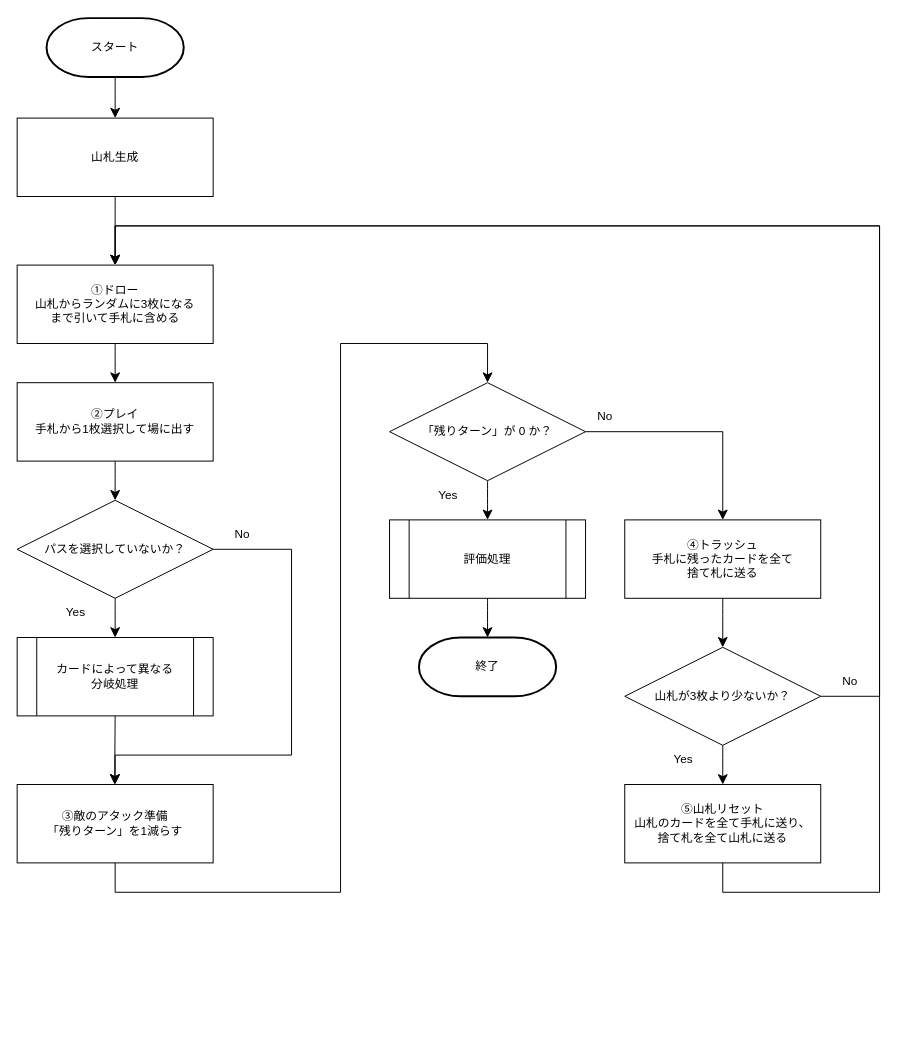
Above: CardGameStructure/flow_chart.drawio in ehime-iyokan/DrawIO (draw.io), before the change. Source tidied: cells renumbered, new cells numbered last; positions are measured from the earlier drawing's top-left corner, leaving out a move shared by most shapes. Both pictures are drawn from the tidied source at 98%, with x=0, y=0 at pixel (-42, 18).
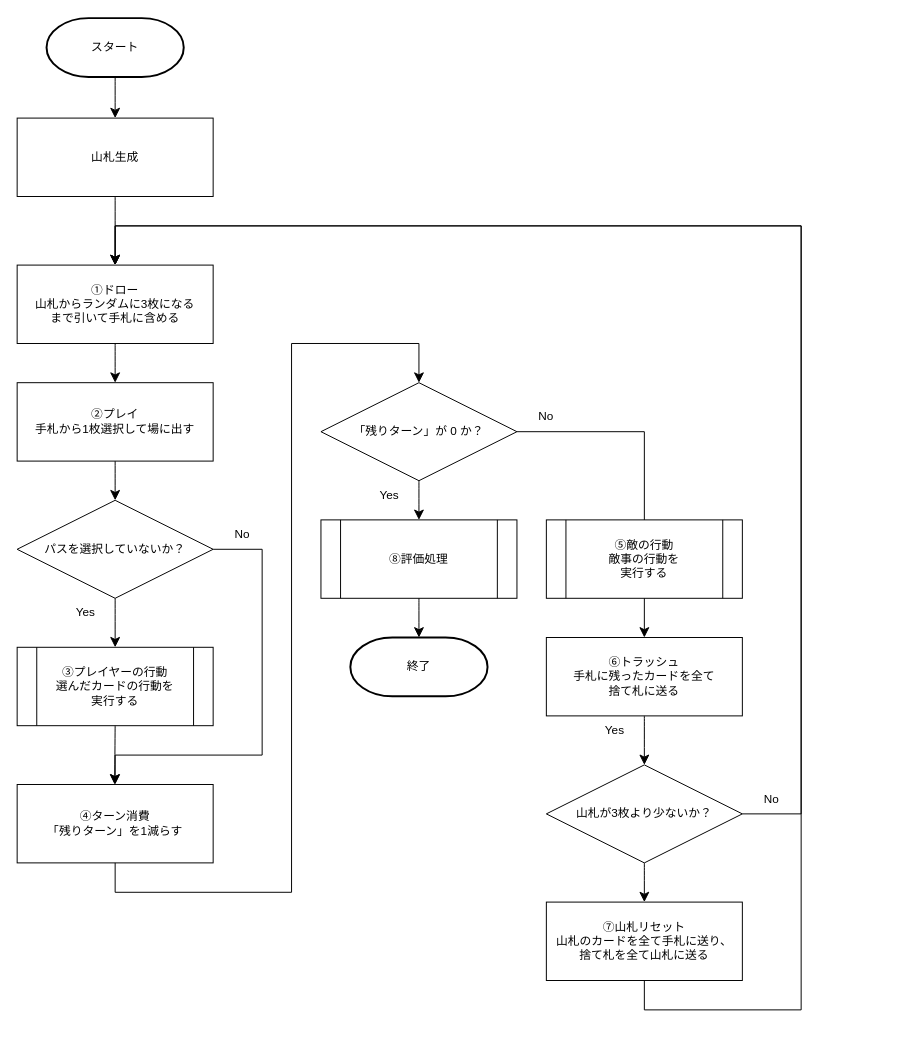
Above is the later version.

Commit message (it also covers changes not shown here):
flow_chart.drawio を更新します

The change refers to these unchanged cells:
```xml
<mxCell id="8" value="&lt;div&gt;①ドロー&lt;/div&gt;&lt;div&gt;山札からランダムに3枚になる&lt;/div&gt;&lt;div&gt;まで引いて手札に含める&lt;/div&gt;" style="rounded=0;whiteSpace=wrap;html=1;" parent="1" vertex="1">
  <mxGeometry x="60" y="252" width="200" height="80" as="geometry" />
</mxCell>
<mxCell id="12" value="パスを選択していないか？" style="rhombus;whiteSpace=wrap;html=1;" parent="1" vertex="1">
  <mxGeometry x="60" y="492" width="200" height="100" as="geometry" />
</mxCell>
```

What changed in the source:
```diff
@@
-    <mxCell id="10" value="&lt;div&gt;カードによって異なる&lt;/div&gt;&lt;div&gt;分岐処理&lt;/div&gt;" style="shape=process;whiteSpace=wrap;html=1;backgroundOutline=1;" parent="1" vertex="1">
-      <mxGeometry x="60" y="632" width="200" height="80" as="geometry" />
+    <mxCell id="10" value="&lt;div&gt;③プレイヤーの行動&lt;/div&gt;&lt;div&gt;選んだカードの行動を&lt;/div&gt;&lt;div&gt;実行する&lt;/div&gt;" style="shape=process;whiteSpace=wrap;html=1;backgroundOutline=1;" parent="1" vertex="1">
+      <mxGeometry x="60" y="642" width="200" height="80" as="geometry" />
     </mxCell>
-    <mxCell id="11" value="&lt;div&gt;③敵のアタック準備&lt;/div&gt;&lt;div&gt;「残りターン」を1減らす&lt;/div&gt;" style="rounded=0;whiteSpace=wrap;html=1;" parent="1" vertex="1">
+    <mxCell id="11" value="④ターン消費&lt;div&gt;「残りターン」を1減らす&lt;/div&gt;" style="rounded=0;whiteSpace=wrap;html=1;" parent="1" vertex="1">
       <mxGeometry x="60" y="782" width="200" height="80" as="geometry" />
     </mxCell>
@@
     <mxCell id="18" style="edgeStyle=segmentEdgeStyle;endArrow=classic;html=1;curved=0;rounded=0;endSize=8;startSize=8;fontSize=12;exitX=1;exitY=0.5;exitDx=0;exitDy=0;entryX=0.5;entryY=0;entryDx=0;entryDy=0;" parent="1" edge="1" source="12" target="11">
       <mxGeometry relative="1" as="geometry">
         <Array as="points">
-          <mxPoint x="340" y="542" />
-          <mxPoint x="340" y="752" />
+          <mxPoint x="310" y="542" />
+          <mxPoint x="310" y="752" />
           <mxPoint x="160" y="752" />
         </Array>
       </mxGeometry>
     </mxCell>
@@
     <mxCell id="21" value="Yes" style="text;html=1;align=center;verticalAlign=middle;whiteSpace=wrap;rounded=0;" parent="1" vertex="1">
-      <mxGeometry x="90" y="592" width="60" height="30" as="geometry" />
+      <mxGeometry x="100" y="592" width="60" height="30" as="geometry" />
     </mxCell>
     <mxCell id="22" value="&lt;div&gt;「残りターン」が 0 か？&lt;/div&gt;" style="rhombus;whiteSpace=wrap;html=1;" parent="1" vertex="1">
-      <mxGeometry x="440" y="372" width="200" height="100" as="geometry" />
+      <mxGeometry x="370" y="372" width="200" height="100" as="geometry" />
     </mxCell>
-    <mxCell id="23" value="評価処理" style="shape=process;whiteSpace=wrap;html=1;backgroundOutline=1;" parent="1" vertex="1">
-      <mxGeometry x="440" y="512" width="200" height="80" as="geometry" />
+    <mxCell id="23" value="&lt;div&gt;⑧評価処理&lt;/div&gt;" style="shape=process;whiteSpace=wrap;html=1;backgroundOutline=1;" parent="1" vertex="1">
+      <mxGeometry x="370" y="512" width="200" height="80" as="geometry" />
     </mxCell>
-    <mxCell id="24" value="&lt;div&gt;④トラッシュ&lt;/div&gt;&lt;div&gt;手札に残ったカードを全て&lt;/div&gt;&lt;div&gt;捨て札に送る&lt;/div&gt;" style="rounded=0;whiteSpace=wrap;html=1;" parent="1" vertex="1">
-      <mxGeometry x="680" y="512" width="200" height="80" as="geometry" />
+    <mxCell id="24" value="⑥トラッシュ&lt;div&gt;手札に残ったカードを全て&lt;/div&gt;&lt;div&gt;捨て札に送る&lt;/div&gt;" style="rounded=0;whiteSpace=wrap;html=1;" parent="1" vertex="1">
+      <mxGeometry x="600" y="632" width="200" height="80" as="geometry" />
     </mxCell>
-    <mxCell id="25" value="&lt;div&gt;⑤山札リセット&lt;/div&gt;&lt;div&gt;山札のカードを全て手札に送り、&lt;/div&gt;&lt;div&gt;捨て札を全て山札に送る&lt;/div&gt;" style="rounded=0;whiteSpace=wrap;html=1;" parent="1" vertex="1">
-      <mxGeometry x="680" y="782" width="200" height="80" as="geometry" />
+    <mxCell id="25" value="⑦山札リセット&lt;div&gt;山札のカードを全て手札に送り、&lt;/div&gt;&lt;div&gt;捨て札を全て山札に送る&lt;/div&gt;" style="rounded=0;whiteSpace=wrap;html=1;" parent="1" vertex="1">
+      <mxGeometry x="600" y="902" width="200" height="80" as="geometry" />
     </mxCell>
     <mxCell id="26" style="edgeStyle=segmentEdgeStyle;endArrow=classic;html=1;curved=0;rounded=0;endSize=8;startSize=8;fontSize=12;exitX=0.5;exitY=1;exitDx=0;exitDy=0;entryX=0.5;entryY=0;entryDx=0;entryDy=0;" parent="1" edge="1" source="11" target="22">
       <mxGeometry relative="1" as="geometry">
         <Array as="points">
           <mxPoint x="160" y="892" />
-          <mxPoint x="390" y="892" />
-          <mxPoint x="390" y="332" />
-          <mxPoint x="540" y="332" />
+          <mxPoint x="340" y="892" />
+          <mxPoint x="340" y="332" />
+          <mxPoint x="470" y="332" />
         </Array>
       </mxGeometry>
     </mxCell>
     <mxCell id="27" value="Yes" style="text;html=1;align=center;verticalAlign=middle;whiteSpace=wrap;rounded=0;" parent="1" vertex="1">
-      <mxGeometry x="470" y="472" width="60" height="30" as="geometry" />
+      <mxGeometry x="410" y="472" width="60" height="30" as="geometry" />
     </mxCell>
     <mxCell id="28" value="No" style="text;html=1;align=center;verticalAlign=middle;whiteSpace=wrap;rounded=0;" parent="1" vertex="1">
-      <mxGeometry x="630" y="392" width="60" height="30" as="geometry" />
+      <mxGeometry x="570" y="392" width="60" height="30" as="geometry" />
     </mxCell>
@@
     <mxCell id="31" value="山札が3枚より少ないか？" style="rhombus;whiteSpace=wrap;html=1;" parent="1" vertex="1">
-      <mxGeometry x="680" y="642" width="200" height="100" as="geometry" />
+      <mxGeometry x="600" y="762" width="200" height="100" as="geometry" />
     </mxCell>
     <mxCell id="32" value="Yes" style="text;html=1;align=center;verticalAlign=middle;whiteSpace=wrap;rounded=0;" parent="1" vertex="1">
-      <mxGeometry x="710" y="742" width="60" height="30" as="geometry" />
+      <mxGeometry x="640" y="712" width="60" height="30" as="geometry" />
     </mxCell>
     <mxCell id="33" value="No" style="text;html=1;align=center;verticalAlign=middle;whiteSpace=wrap;rounded=0;" parent="1" vertex="1">
-      <mxGeometry x="880" y="662" width="60" height="30" as="geometry" />
+      <mxGeometry x="800" y="782" width="60" height="30" as="geometry" />
     </mxCell>
@@
     <mxCell id="36" style="edgeStyle=segmentEdgeStyle;endArrow=classic;html=1;curved=0;rounded=0;endSize=8;startSize=8;fontSize=12;exitX=1;exitY=0.5;exitDx=0;exitDy=0;entryX=0.5;entryY=0;entryDx=0;entryDy=0;" parent="1" edge="1" source="31" target="8">
       <mxGeometry relative="1" as="geometry">
         <Array as="points">
-          <mxPoint x="940" y="692" />
-          <mxPoint x="940" y="212" />
+          <mxPoint x="860" y="812" />
+          <mxPoint x="860" y="212" />
           <mxPoint x="160" y="212" />
         </Array>
       </mxGeometry>
     </mxCell>
     <mxCell id="37" style="edgeStyle=segmentEdgeStyle;endArrow=classic;html=1;curved=0;rounded=0;endSize=8;startSize=8;fontSize=12;exitX=0.5;exitY=1;exitDx=0;exitDy=0;entryX=0.5;entryY=0;entryDx=0;entryDy=0;" parent="1" edge="1" source="25" target="8">
       <mxGeometry relative="1" as="geometry">
         <Array as="points">
-          <mxPoint x="780" y="892" />
-          <mxPoint x="940" y="892" />
-          <mxPoint x="940" y="212" />
+          <mxPoint x="700" y="1012" />
+          <mxPoint x="860" y="1012" />
+          <mxPoint x="860" y="212" />
           <mxPoint x="160" y="212" />
         </Array>
       </mxGeometry>
     </mxCell>
     <mxCell id="38" value="終了" style="strokeWidth=2;html=1;shape=mxgraph.flowchart.terminator;whiteSpace=wrap;" parent="1" vertex="1">
-      <mxGeometry x="470" y="632" width="140" height="60" as="geometry" />
+      <mxGeometry x="400" y="632" width="140" height="60" as="geometry" />
     </mxCell>
@@
+    <mxCell id="41" value="⑤敵の行動&lt;div&gt;敵事の行動を&lt;/div&gt;&lt;div&gt;実行する&lt;/div&gt;" style="shape=process;whiteSpace=wrap;html=1;backgroundOutline=1;" parent="1" vertex="1">
+      <mxGeometry x="600" y="512" width="200" height="80" as="geometry" />
+    </mxCell>
```
